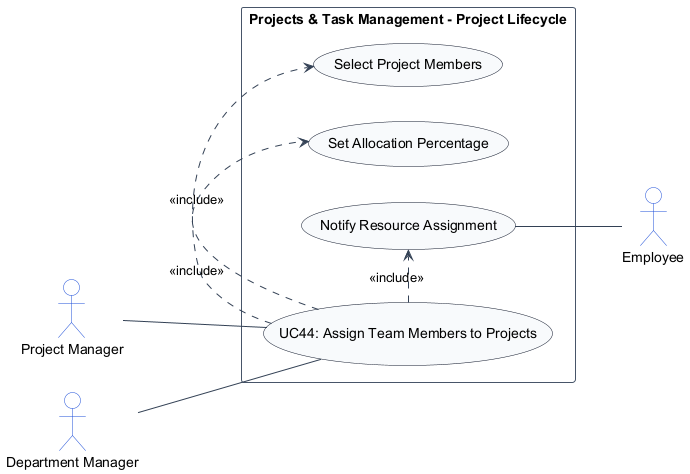
Above: usecase_images/module_06_projects_tasks/UC44.png in TamBui1706/HRPlatform (PlantUML), before the change.
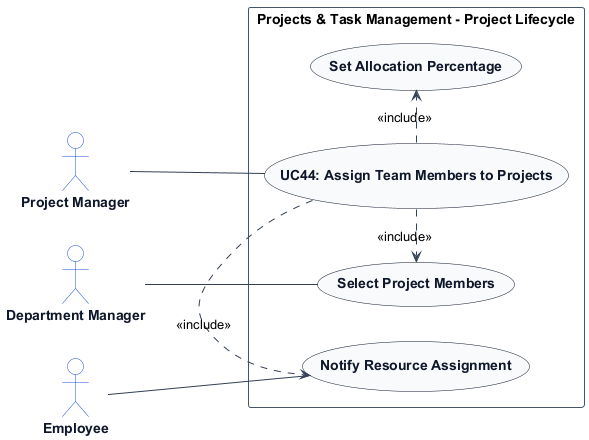
Later version of the same file.

Change to the diagram source:
```diff
@@ -7,14 +7,20 @@
 skinparam ArrowColor #334155
 skinparam ActorBorderColor #1d4ed8
 skinparam ActorBackgroundColor #ffffff
+skinparam ActorFontColor #0f172a
+skinparam ActorFontStyle bold
+
 skinparam UsecaseBorderColor #0f172a
 skinparam UsecaseBackgroundColor #f8fafc
+skinparam UsecaseFontColor #0f172a
+skinparam UsecaseFontStyle bold
+
 skinparam RectangleBorderColor #475569
 skinparam RectangleBackgroundColor #ffffff
 
 actor "Project Manager" as ProjectManager
+actor "Department Manager" as DepartmentManager
 actor "Employee" as Employee
-actor "Department Manager" as DepartmentManager
 
 rectangle "Projects & Task Management - Project Lifecycle" {
     usecase "UC44: Assign Team Members to Projects" as UC_Main
@@ -23,10 +29,10 @@
     usecase "Notify Resource Assignment" as UC_NotifyAssign
 
     ProjectManager -- UC_Main
-    DepartmentManager -- UC_Main
+    DepartmentManager -- UC_SelectMem
+    Employee -- UC_NotifyAssign
     UC_Main .> UC_SelectMem : <<include>>
     UC_Main .> UC_SetAlloc : <<include>>
     UC_Main .> UC_NotifyAssign : <<include>>
-    UC_NotifyAssign -- Employee
 }
 @enduml
```
